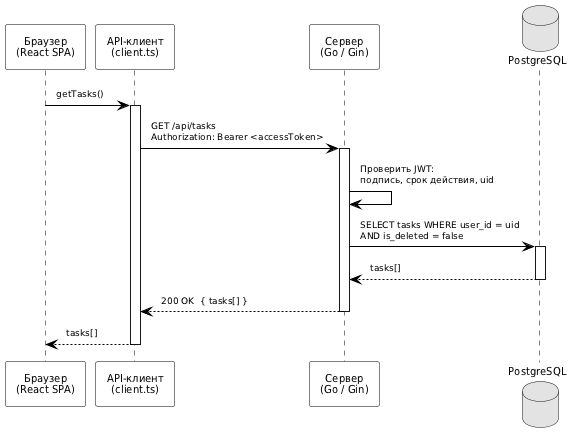
This is Диплом Latex/images/auth_sequence_valid.png from Tyutichkin/diploma, a PlantUML export, as it was before one commit. Its diagram source:
```plantuml
@startuml auth_sequence_valid

skinparam monochrome true
skinparam shadowing false
skinparam defaultFontName "DejaVu Sans"
skinparam defaultFontSize 10
skinparam SequenceArrowColor Black
skinparam SequenceParticipantBorderColor Black
skinparam SequenceParticipantBackgroundColor White
skinparam SequenceLifeLineBorderColor Black
skinparam NoteBackgroundColor White
skinparam NoteBorderColor Black
skinparam ArrowFontSize 9
skinparam Padding 4

participant "Браузер\n(React SPA)" as Browser
participant "API-клиент\n(client.ts)" as Client
participant "Сервер\n(Go / Gin)" as Server
database "PostgreSQL" as DB

Browser -> Client : getTasks()
activate Client

Client -> Server : GET /api/tasks\nAuthorization: Bearer <accessToken>
activate Server

Server -> Server : Проверить JWT:\nподпись, срок действия, uid

Server -> DB : SELECT tasks WHERE user_id = uid\nAND is_deleted = false
activate DB
DB --> Server : tasks[]
deactivate DB

Server --> Client : 200 OK  { tasks[] }
deactivate Server

Client --> Browser : tasks[]
deactivate Client

@enduml
```
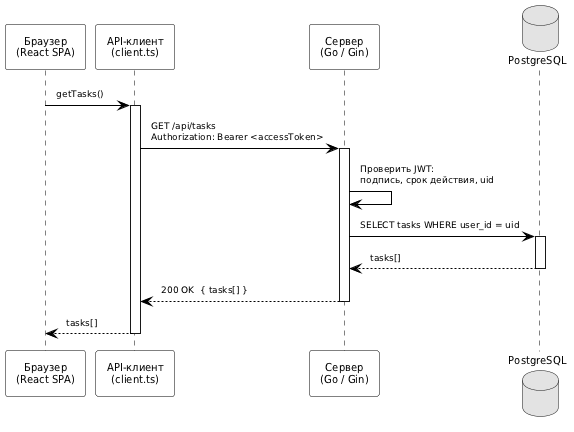
After the change.

What changed in the source:
```diff
@@ -26,7 +26,7 @@
 
 Server -> Server : Проверить JWT:\nподпись, срок действия, uid
 
-Server -> DB : SELECT tasks WHERE user_id = uid\nAND is_deleted = false
+Server -> DB : SELECT tasks WHERE user_id = uid
 activate DB
 DB --> Server : tasks[]
 deactivate DB
```
